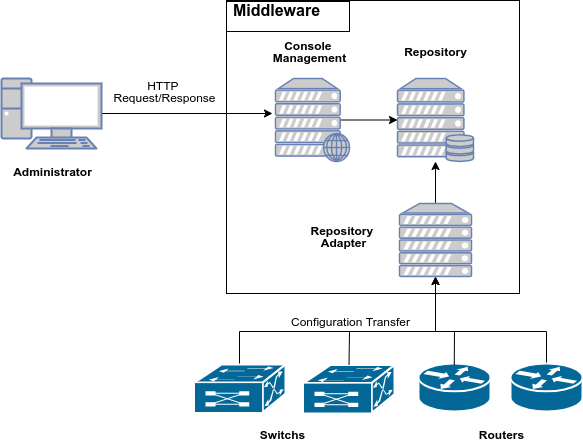
The draw.io diagram Images/C-3/Desain-Umum-TA-4.png in farisdidin/buku-TA, before a commit. Source tidied: cells renumbered, new cells last; positions are measured from the earlier drawing's top-left corner, leaving out a move shared by most shapes.
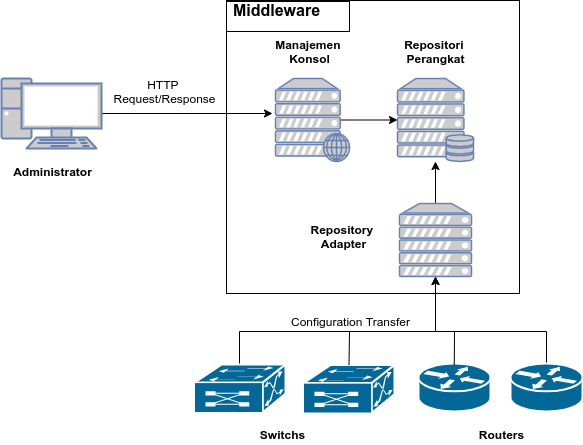
After the commit.

Diff of the diagram source:
```diff
@@ -62,11 +62,11 @@
     <mxCell id="17" style="fontColor=#0066CC;verticalAlign=top;verticalLabelPosition=bottom;labelPosition=center;align=center;html=1;outlineConnect=0;fillColor=#CCCCCC;strokeColor=#6881B3;gradientColor=none;gradientDirection=north;strokeWidth=2;shape=mxgraph.networks.server;" parent="1" vertex="1">
       <mxGeometry x="398" y="203" width="72" height="73" as="geometry" />
     </mxCell>
-    <mxCell id="18" value="Repository" style="text;html=1;align=center;verticalAlign=middle;fillColor=none;strokeColor=none;rounded=0;fontStyle=1;" parent="1" vertex="1">
-      <mxGeometry x="394" y="41" width="80" height="20" as="geometry" />
+    <mxCell id="18" value="Repositori &lt;br&gt;Perangkat" style="text;html=1;align=center;verticalAlign=middle;fillColor=none;strokeColor=none;rounded=0;fontStyle=1;" parent="1" vertex="1">
+      <mxGeometry x="399" y="36" width="70" height="30" as="geometry" />
     </mxCell>
-    <mxCell id="19" value="Console &lt;br&gt;Management" style="text;html=1;align=center;verticalAlign=middle;fillColor=none;strokeColor=none;rounded=0;fontStyle=1;" parent="1" vertex="1">
-      <mxGeometry x="263" y="36" width="90" height="30" as="geometry" />
+    <mxCell id="19" value="Manajemen &lt;br&gt;Konsol" style="text;html=1;align=center;verticalAlign=middle;fillColor=none;strokeColor=none;rounded=0;fontStyle=1;" parent="1" vertex="1">
+      <mxGeometry x="268" y="36" width="80" height="30" as="geometry" />
     </mxCell>
     <mxCell id="20" value="Repository &lt;br&gt;Adapter" style="text;html=1;align=center;verticalAlign=middle;fillColor=none;strokeColor=none;rounded=0;fontStyle=1;" parent="1" vertex="1">
       <mxGeometry x="302.3" y="221" width="80" height="30" as="geometry" />
```
